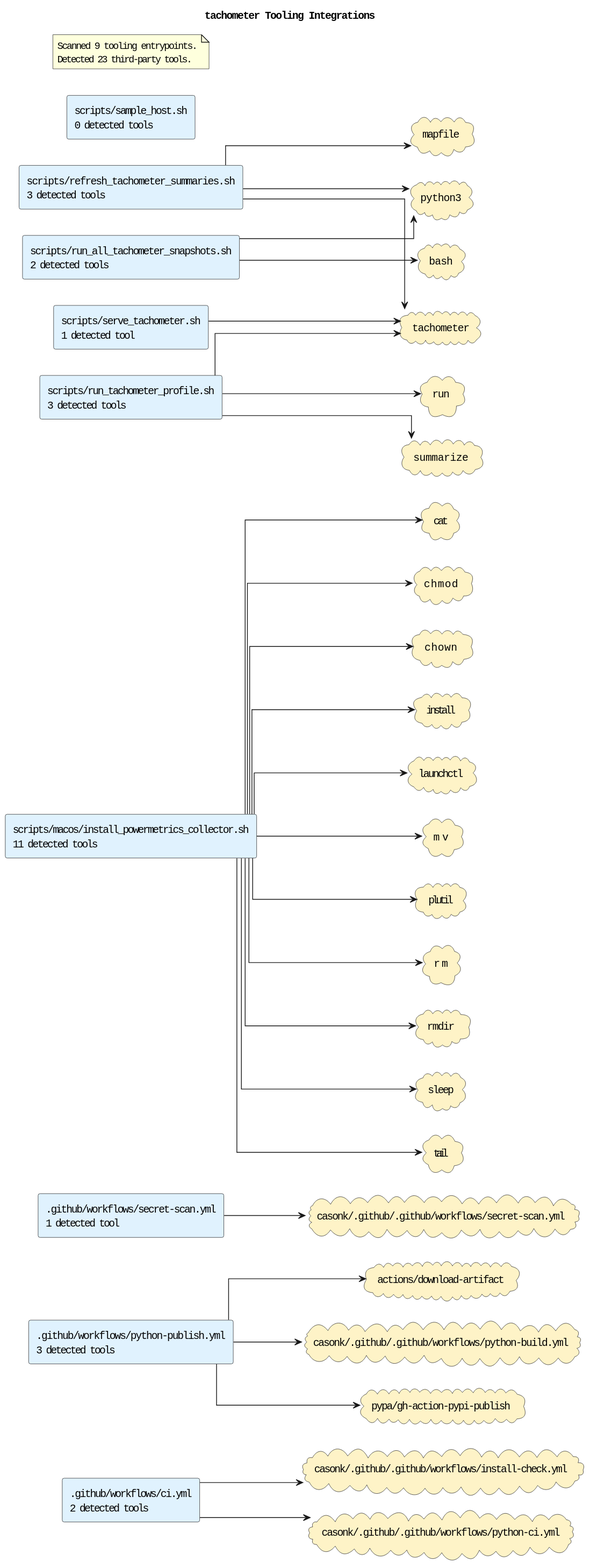
Earlier version of the PlantUML export docs/diagrams/tooling-integrations.puml.svg (casonk/tachometer).
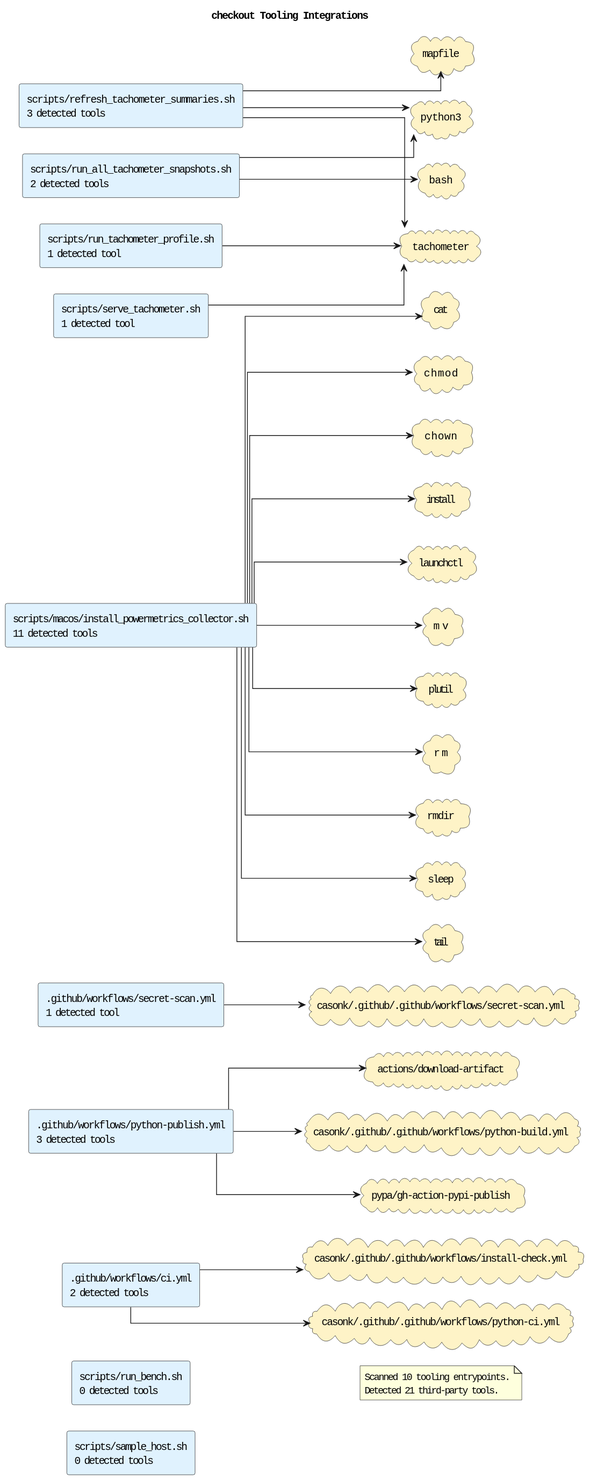
Later version of the same file.

What changed in the source:
```diff
@@ -1,5 +1,5 @@
 @startuml
-title tachometer Tooling Integrations
+title checkout Tooling Integrations
 left to right direction
 skinparam shadowing false
 skinparam defaultFontName Monospace
@@ -11,7 +11,8 @@
 rectangle "scripts/macos/install_powermetrics_collector.sh\n11 detected tools" as source_scripts_macos_install_powermetrics_collector_sh #E0F2FE
 rectangle "scripts/refresh_tachometer_summaries.sh\n3 detected tools" as source_scripts_refresh_tachometer_summaries_sh #E0F2FE
 rectangle "scripts/run_all_tachometer_snapshots.sh\n2 detected tools" as source_scripts_run_all_tachometer_snapshots_sh #E0F2FE
-rectangle "scripts/run_tachometer_profile.sh\n3 detected tools" as source_scripts_run_tachometer_profile_sh #E0F2FE
+rectangle "scripts/run_bench.sh\n0 detected tools" as source_scripts_run_bench_sh #E0F2FE
+rectangle "scripts/run_tachometer_profile.sh\n1 detected tool" as source_scripts_run_tachometer_profile_sh #E0F2FE
 rectangle "scripts/sample_host.sh\n0 detected tools" as source_scripts_sample_host_sh #E0F2FE
 rectangle "scripts/serve_tachometer.sh\n1 detected tool" as source_scripts_serve_tachometer_sh #E0F2FE
 cloud "actions/download-artifact" as tool_actions_download_artifact #FEF3C7
@@ -32,9 +33,7 @@
 cloud "python3" as tool_python3 #FEF3C7
 cloud "rm" as tool_rm #FEF3C7
 cloud "rmdir" as tool_rmdir #FEF3C7
-cloud "run" as tool_run #FEF3C7
 cloud "sleep" as tool_sleep #FEF3C7
-cloud "summarize" as tool_summarize #FEF3C7
 cloud "tachometer" as tool_tachometer #FEF3C7
 cloud "tail" as tool_tail #FEF3C7
 source_github_workflows_ci_yml --> tool_casonk_github_github_workflows_install_check_yml
@@ -59,12 +58,10 @@
 source_scripts_refresh_tachometer_summaries_sh --> tool_tachometer
 source_scripts_run_all_tachometer_snapshots_sh --> tool_bash
 source_scripts_run_all_tachometer_snapshots_sh --> tool_python3
-source_scripts_run_tachometer_profile_sh --> tool_run
-source_scripts_run_tachometer_profile_sh --> tool_summarize
 source_scripts_run_tachometer_profile_sh --> tool_tachometer
 source_scripts_serve_tachometer_sh --> tool_tachometer
 note as toolingGraphSummary
-Scanned 9 tooling entrypoints.
-Detected 23 third-party tools.
+Scanned 10 tooling entrypoints.
+Detected 21 third-party tools.
 end note
 @enduml
```
